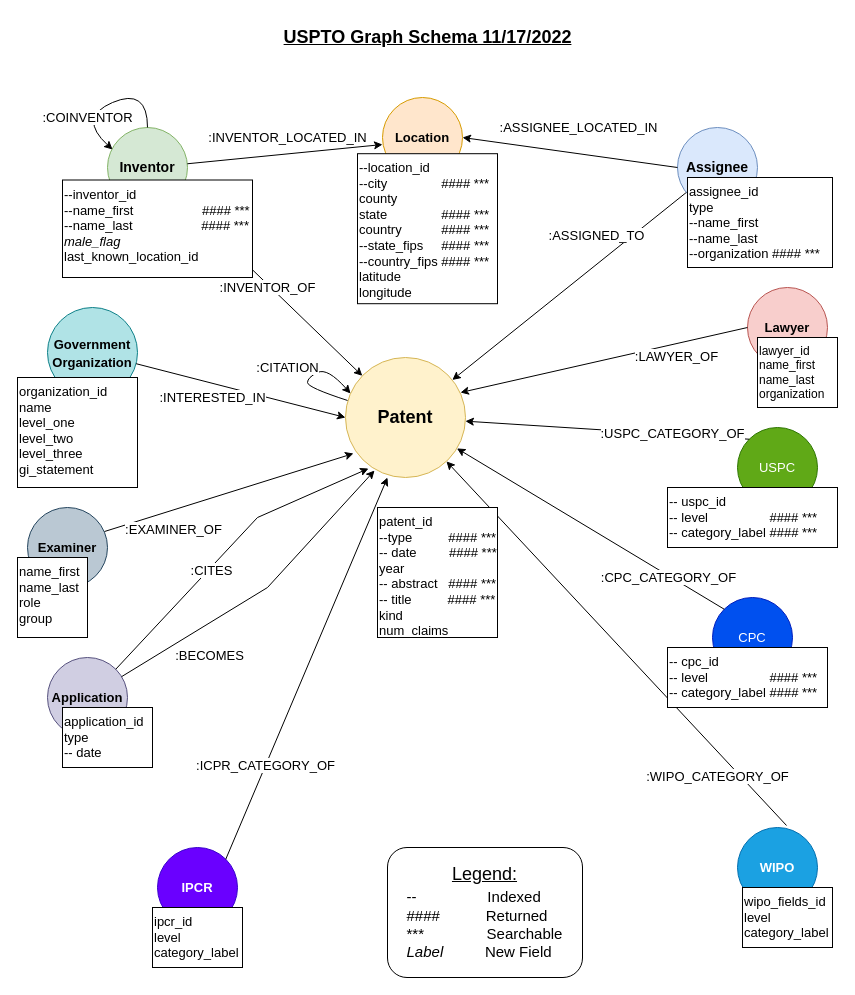
This is uspto20220630/new_uspto_diagram.drawio from iuni-cadre/DataPipelineAndProvenanceForCADRE, a draw.io file, before an edit. Source tidied: cells renumbered, new cells numbered last; positions are measured from the earlier drawing's top-left corner, leaving out a move shared by most shapes. Both pictures are drawn from the tidied source at 100%, with x=0, y=0 at pixel (17, 17).
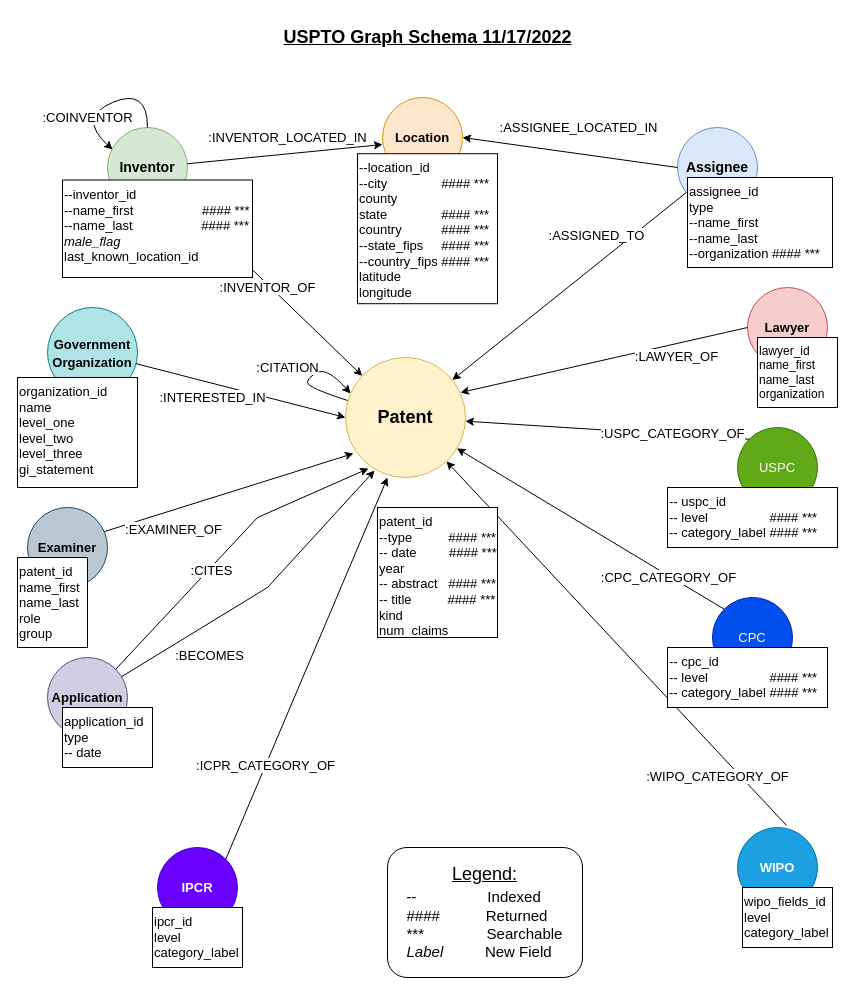
After the change.

What changed in the source:
```diff
@@
-    <mxCell id="30" value="name_first&lt;br&gt;name_last&lt;br&gt;role&lt;br&gt;group" style="rounded=0;whiteSpace=wrap;html=1;fontSize=13;align=left;verticalAlign=top;" parent="1" vertex="1">
-      <mxGeometry y="540" width="70" height="80" as="geometry" />
+    <mxCell id="30" value="patent_id&lt;br&gt;name_first&lt;br&gt;name_last&lt;br&gt;role&lt;br&gt;group" style="rounded=0;whiteSpace=wrap;html=1;fontSize=13;align=left;verticalAlign=top;" parent="1" vertex="1">
+      <mxGeometry y="540" width="70" height="90" as="geometry" />
     </mxCell>
```
